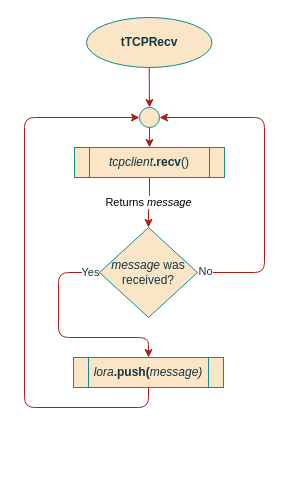
ESRGgroup9/slipad keeps this draw.io diagram as page "ttcprecv" (4 of 5) of documentation/flowcharts/Gateway/CGateway.drawio. Above is the earlier version. Source tidied: cells renumbered, new cells numbered last; positions are measured from the earlier drawing's top-left corner, leaving out a move shared by most shapes. Both pictures are drawn from the tidied source at 100%, with x=0, y=0 at pixel (24, 17).
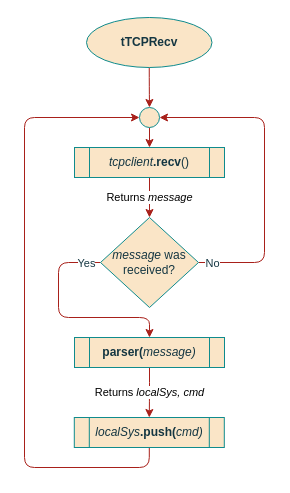
The same page after the edit.

The change refers to these unchanged cells:
```xml
<mxCell id="5" style="ellipse;whiteSpace=wrap;html=1;rounded=0;sketch=0;fontColor=#143642;strokeColor=#0F8B8D;fillColor=#FAE5C7;" parent="1" vertex="1">
  <mxGeometry x="115" y="90" width="20" height="20" as="geometry" />
</mxCell>
```

Diff of the diagram source:
```diff
@@
     <mxCell id="6" style="edgeStyle=orthogonalEdgeStyle;rounded=1;sketch=0;jettySize=auto;html=1;entryX=0;entryY=0.5;entryDx=0;entryDy=0;fontColor=#143642;strokeColor=#A8201A;fillColor=#FAE5C7;exitX=0.5;exitY=1;exitDx=0;exitDy=0;" parent="1" edge="1" source="14" target="5">
       <mxGeometry relative="1" as="geometry">
         <Array as="points">
-          <mxPoint x="124" y="390" />
-          <mxPoint y="390" />
+          <mxPoint x="125" y="450" />
+          <mxPoint y="450" />
           <mxPoint y="100" />
         </Array>
       </mxGeometry>
     </mxCell>
     <mxCell id="7" style="edgeStyle=orthogonalEdgeStyle;curved=0;rounded=1;sketch=0;jettySize=auto;html=1;exitX=1;exitY=0.5;exitDx=0;exitDy=0;entryX=1;entryY=0.5;entryDx=0;entryDy=0;fontColor=#143642;strokeColor=#A8201A;fillColor=#FAE5C7;" parent="1" edge="1" source="11" target="5">
       <mxGeometry relative="1" as="geometry">
         <Array as="points">
-          <mxPoint x="240" y="255" />
+          <mxPoint x="240" y="245" />
           <mxPoint x="240" y="100" />
         </Array>
       </mxGeometry>
     </mxCell>
     <mxCell id="8" value="No" style="edgeLabel;html=1;align=center;verticalAlign=middle;fontColor=#143642;" parent="7" vertex="1">
-      <mxGeometry x="-0.96" y="2" relative="1" as="geometry" />
+      <mxGeometry x="-0.96" y="2" relative="1" as="geometry">
+        <mxPoint x="7" y="2" as="offset" />
+      </mxGeometry>
     </mxCell>
-    <mxCell id="9" style="edgeStyle=orthogonalEdgeStyle;sketch=0;jettySize=auto;html=1;exitX=0;exitY=0.5;exitDx=0;exitDy=0;entryX=0.5;entryY=0;entryDx=0;entryDy=0;fontColor=#143642;strokeColor=#A8201A;fillColor=#FAE5C7;rounded=1;" parent="1" edge="1" source="11" target="14">
+    <mxCell id="9" style="edgeStyle=orthogonalEdgeStyle;sketch=0;jettySize=auto;html=1;exitX=0;exitY=0.5;exitDx=0;exitDy=0;entryX=0.5;entryY=0;entryDx=0;entryDy=0;fontColor=#143642;strokeColor=#A8201A;fillColor=#FAE5C7;rounded=1;" parent="1" edge="1" source="11" target="16">
       <mxGeometry relative="1" as="geometry">
         <Array as="points">
-          <mxPoint x="34" y="255" />
-          <mxPoint x="34" y="320" />
-          <mxPoint x="124" y="320" />
+          <mxPoint x="34" y="245" />
+          <mxPoint x="34" y="300" />
+          <mxPoint x="125" y="300" />
         </Array>
       </mxGeometry>
     </mxCell>
     <mxCell id="10" value="Yes" style="edgeLabel;html=1;align=center;verticalAlign=middle;fontColor=#143642;" parent="9" vertex="1">
-      <mxGeometry x="-0.91" y="-1" relative="1" as="geometry" />
+      <mxGeometry x="-0.91" y="-1" relative="1" as="geometry">
+        <mxPoint x="-6" y="1" as="offset" />
+      </mxGeometry>
     </mxCell>
     <mxCell id="11" value="&lt;div&gt;&lt;i&gt;message&lt;/i&gt; was&lt;/div&gt;&lt;div&gt;received?&lt;br&gt;&lt;/div&gt;" style="rhombus;whiteSpace=wrap;html=1;rounded=0;sketch=0;fontColor=#143642;strokeColor=#0F8B8D;fillColor=#FAE5C7;" parent="1" vertex="1">
-      <mxGeometry x="75" y="210" width="98" height="90" as="geometry" />
+      <mxGeometry x="76" y="200" width="98" height="90" as="geometry" />
     </mxCell>
@@
-    <mxCell id="14" value="&lt;div&gt;&lt;i&gt;lora&lt;/i&gt;&lt;b&gt;.push(&lt;/b&gt;&lt;i&gt;message)&lt;/i&gt;&lt;/div&gt;" style="shape=process;whiteSpace=wrap;html=1;backgroundOutline=1;rounded=0;sketch=0;fontColor=#143642;strokeColor=#0F8B8D;fillColor=#FAE5C7;" parent="1" vertex="1">
-      <mxGeometry x="49" y="340" width="150" height="30" as="geometry" />
+    <mxCell id="14" value="&lt;div&gt;&lt;i&gt;localSys&lt;/i&gt;&lt;b&gt;.push(&lt;/b&gt;&lt;i&gt;cmd&lt;/i&gt;&lt;i&gt;)&lt;/i&gt;&lt;/div&gt;" style="shape=process;whiteSpace=wrap;html=1;backgroundOutline=1;rounded=0;sketch=0;fontColor=#143642;strokeColor=#0F8B8D;fillColor=#FAE5C7;" parent="1" vertex="1">
+      <mxGeometry x="49.8" y="400" width="150" height="30" as="geometry" />
     </mxCell>
+    <mxCell id="15" value="Returns &lt;i&gt;localSys, cmd&lt;/i&gt;" style="edgeStyle=orthogonalEdgeStyle;rounded=1;jettySize=auto;html=1;exitX=0.5;exitY=1;exitDx=0;exitDy=0;entryX=0.5;entryY=0;entryDx=0;entryDy=0;strokeColor=#A8201A;" parent="1" edge="1" source="16" target="14">
+      <mxGeometry relative="1" as="geometry" />
+    </mxCell>
+    <mxCell id="16" value="&lt;div&gt;&lt;b&gt;parser(&lt;/b&gt;&lt;i&gt;message)&lt;/i&gt;&lt;/div&gt;" style="shape=process;whiteSpace=wrap;html=1;backgroundOutline=1;rounded=0;sketch=0;fontColor=#143642;strokeColor=#0F8B8D;fillColor=#FAE5C7;" parent="1" vertex="1">
+      <mxGeometry x="50" y="320" width="150" height="30" as="geometry" />
+    </mxCell>
```
